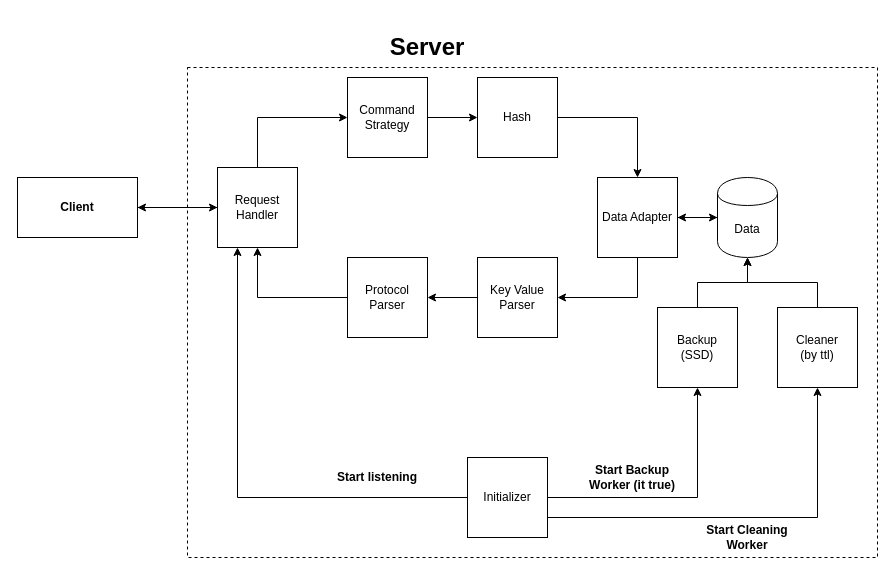
idanmadmon/go-redis-server keeps this draw.io diagram as go-redis-server.drawio. Above is the earlier version. Source tidied: cells renumbered, new cells numbered last; positions are measured from the earlier drawing's top-left corner, leaving out a move shared by most shapes. Both pictures are drawn from the tidied source at 100%, with x=0, y=0 at pixel (17, 37).
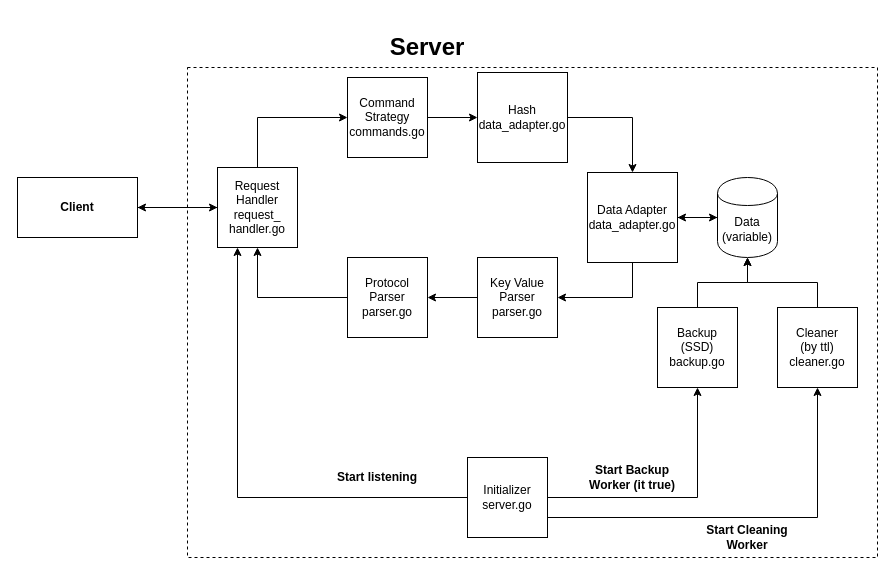
After the change.

Commit message (it also covers changes not shown here):
update design with filenames

Change to the diagram source:
```diff
@@
-    <mxCell id="7" value="Command Strategy" style="whiteSpace=wrap;html=1;fillColor=#ffffff;" parent="1" vertex="1">
+    <mxCell id="7" value="Command Strategy&lt;br&gt;commands.go" style="whiteSpace=wrap;html=1;fillColor=#ffffff;" parent="1" vertex="1">
       <mxGeometry x="330" y="40" width="80" height="80" as="geometry" />
     </mxCell>
@@
-    <mxCell id="10" value="&lt;span&gt;Request Handler&lt;/span&gt;" style="whiteSpace=wrap;html=1;fillColor=#ffffff;" parent="1" vertex="1">
+    <mxCell id="10" value="&lt;span&gt;Request Handler&lt;br&gt;request_&lt;br&gt;handler.go&lt;br&gt;&lt;/span&gt;" style="whiteSpace=wrap;html=1;fillColor=#ffffff;" parent="1" vertex="1">
       <mxGeometry x="200" y="130" width="80" height="80" as="geometry" />
     </mxCell>
@@
-    <mxCell id="13" value="&lt;span&gt;Data Adapter&lt;/span&gt;" style="whiteSpace=wrap;html=1;fillColor=#ffffff;" parent="1" vertex="1">
-      <mxGeometry x="580" y="140" width="80" height="80" as="geometry" />
+    <mxCell id="13" value="&lt;span&gt;Data Adapter&lt;br&gt;data_adapter.go&lt;br&gt;&lt;/span&gt;" style="whiteSpace=wrap;html=1;fillColor=#ffffff;" parent="1" vertex="1">
+      <mxGeometry x="570" y="135" width="90" height="90" as="geometry" />
     </mxCell>
@@
-    <mxCell id="15" value="&lt;span&gt;Hash&lt;/span&gt;" style="whiteSpace=wrap;html=1;fillColor=#ffffff;" parent="1" vertex="1">
-      <mxGeometry x="460" y="40" width="80" height="80" as="geometry" />
+    <mxCell id="15" value="&lt;span&gt;Hash&lt;br&gt;&lt;/span&gt;data_adapter.go&lt;span&gt;&lt;br&gt;&lt;/span&gt;" style="whiteSpace=wrap;html=1;fillColor=#ffffff;" parent="1" vertex="1">
+      <mxGeometry x="460" y="35" width="90" height="90" as="geometry" />
     </mxCell>
@@
-    <mxCell id="17" value="Data" style="shape=cylinder;whiteSpace=wrap;html=1;boundedLbl=1;backgroundOutline=1;fillColor=#ffffff;" parent="1" vertex="1">
+    <mxCell id="17" value="Data&lt;br&gt;(variable)" style="shape=cylinder;whiteSpace=wrap;html=1;boundedLbl=1;backgroundOutline=1;fillColor=#ffffff;" parent="1" vertex="1">
       <mxGeometry x="700" y="140" width="60" height="80" as="geometry" />
     </mxCell>
@@
-    <mxCell id="19" value="Protocol Parser" style="whiteSpace=wrap;html=1;fillColor=#ffffff;" parent="1" vertex="1">
+    <mxCell id="19" value="Protocol Parser&lt;br&gt;parser.go" style="whiteSpace=wrap;html=1;fillColor=#ffffff;" parent="1" vertex="1">
       <mxGeometry x="330" y="220" width="80" height="80" as="geometry" />
     </mxCell>
@@
-    <mxCell id="21" value="Key Value Parser" style="whiteSpace=wrap;html=1;fillColor=#ffffff;" parent="1" vertex="1">
+    <mxCell id="21" value="Key Value Parser&lt;br&gt;parser.go" style="whiteSpace=wrap;html=1;fillColor=#ffffff;" parent="1" vertex="1">
       <mxGeometry x="460" y="220" width="80" height="80" as="geometry" />
     </mxCell>
@@
-    <mxCell id="25" value="Initializer" style="whiteSpace=wrap;html=1;fillColor=#ffffff;" parent="1" vertex="1">
+    <mxCell id="25" value="Initializer&lt;br&gt;server.go" style="whiteSpace=wrap;html=1;fillColor=#ffffff;" parent="1" vertex="1">
       <mxGeometry x="450" y="420" width="80" height="80" as="geometry" />
     </mxCell>
@@
-    <mxCell id="27" value="Cleaner&lt;br&gt;(by ttl)" style="whiteSpace=wrap;html=1;fillColor=#ffffff;" parent="1" vertex="1">
+    <mxCell id="27" value="Cleaner&lt;br&gt;(by ttl)&lt;br&gt;cleaner.go" style="whiteSpace=wrap;html=1;fillColor=#ffffff;" parent="1" vertex="1">
       <mxGeometry x="760" y="270" width="80" height="80" as="geometry" />
     </mxCell>
@@
-    <mxCell id="29" value="Backup&lt;br&gt;(SSD)" style="whiteSpace=wrap;html=1;fillColor=#ffffff;" parent="1" vertex="1">
+    <mxCell id="29" value="Backup&lt;br&gt;(SSD)&lt;br&gt;backup.go" style="whiteSpace=wrap;html=1;fillColor=#ffffff;" parent="1" vertex="1">
       <mxGeometry x="640" y="270" width="80" height="80" as="geometry" />
     </mxCell>
```
